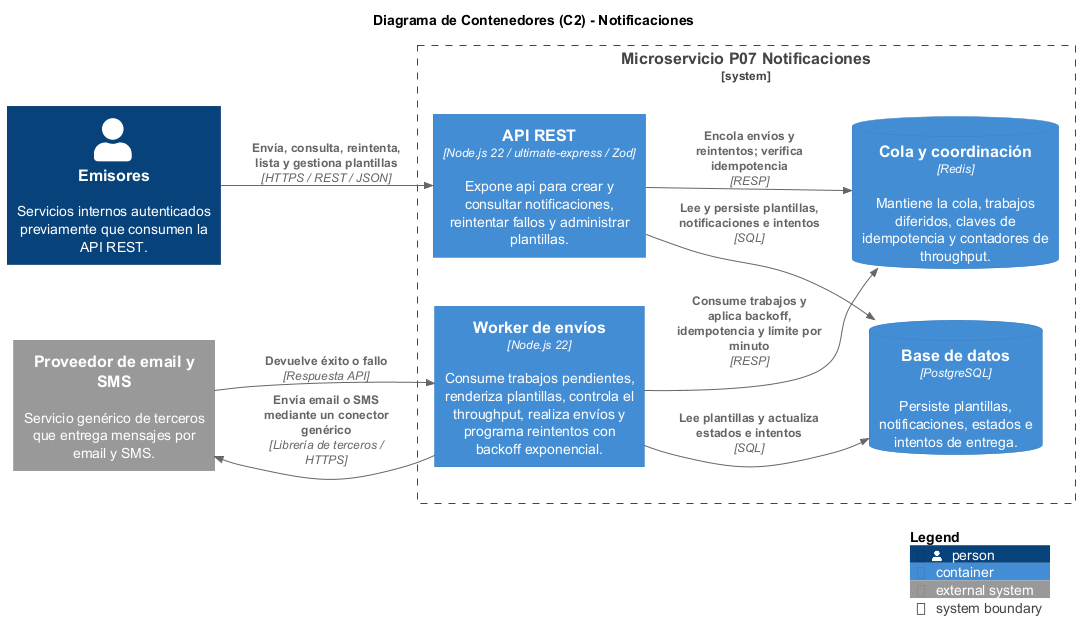
The PlantUML diagram notificaciones-architecture/diagrams/C4/contenedores/notificaciones-02-contenedores.png in Frosmin/tigoBootcamp, before a commit.
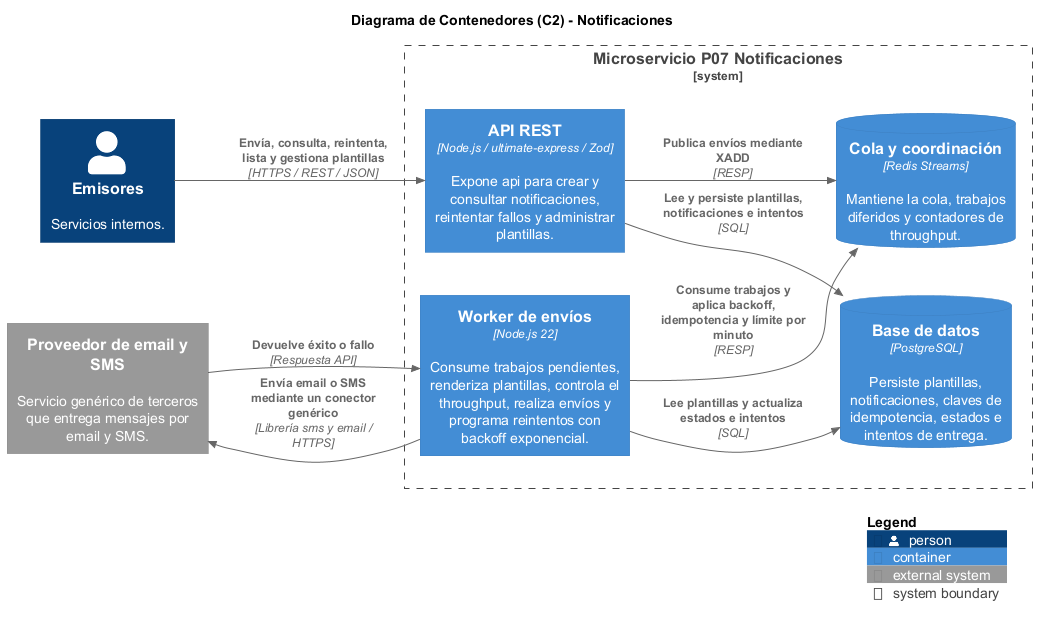
Above is the later version.

Diff of the diagram source:
```diff
@@ -6,23 +6,23 @@
 
 title Diagrama de Contenedores (C2) - Notificaciones
 
-Person(emisores, "Emisores", "Servicios internos autenticados previamente que consumen la API REST.")
+Person(emisores, "Emisores", "Servicios internos.")
 System_Ext(proveedor, "Proveedor de email y SMS", "Servicio genérico de terceros que entrega mensajes por email y SMS.")
 
 System_Boundary(p07, "Microservicio P07 Notificaciones") {
-    Container(api, "API REST", "Node.js 22 / ultimate-express / Zod", "Expone api para crear y consultar notificaciones, reintentar fallos y administrar plantillas.")
+    Container(api, "API REST", "Node.js / ultimate-express / Zod", "Expone api para crear y consultar notificaciones, reintentar fallos y administrar plantillas.")
     Container(worker, "Worker de envíos", "Node.js 22", "Consume trabajos pendientes, renderiza plantillas, controla el throughput, realiza envíos y programa reintentos con backoff exponencial.")
-    ContainerDb(db, "Base de datos", "PostgreSQL", "Persiste plantillas, notificaciones, estados e intentos de entrega.")
-    ContainerDb(redis, "Cola y coordinación", "Redis", "Mantiene la cola, trabajos diferidos, claves de idempotencia y contadores de throughput.")
+    ContainerDb(db, "Base de datos", "PostgreSQL", "Persiste plantillas, notificaciones, claves de idempotencia, estados e intentos de entrega.")
+    ContainerDb(redis, "Cola y coordinación", "Redis Streams", "Mantiene la cola, trabajos diferidos y contadores de throughput.")
 }
 
 Rel(emisores, api, "Envía, consulta, reintenta, lista y gestiona plantillas", "HTTPS / REST / JSON")
 Rel(api, db, "Lee y persiste plantillas, notificaciones e intentos", "SQL")
-Rel(api, redis, "Encola envíos y reintentos; verifica idempotencia", "RESP")
+Rel(api, redis, "Publica envíos mediante XADD", "RESP")
 
 Rel(worker, redis, "Consume trabajos y aplica backoff, idempotencia y límite por minuto", "RESP")
 Rel(worker, db, "Lee plantillas y actualiza estados e intentos", "SQL")
-Rel(worker, proveedor, "Envía email o SMS mediante un conector genérico", "Librería de terceros / HTTPS")
+Rel(worker, proveedor, "Envía email o SMS mediante un conector genérico", "Librería sms y email / HTTPS")
 Rel(proveedor, worker, "Devuelve éxito o fallo", "Respuesta API")
 
 SHOW_LEGEND()
```
